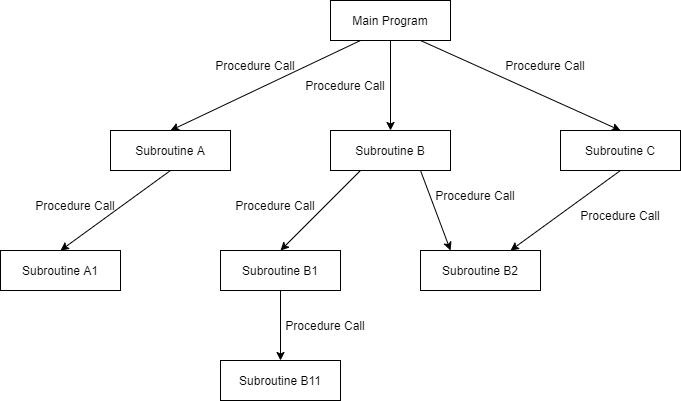
The draw.io diagram Architectural styles/Language-based Systems/MainProgramAndSubroutines.png in smitbmx/Architecture-Diagrams, before a commit. Source tidied: cells renumbered, new cells last; positions are measured from the earlier drawing's top-left corner, leaving out a move shared by most shapes.
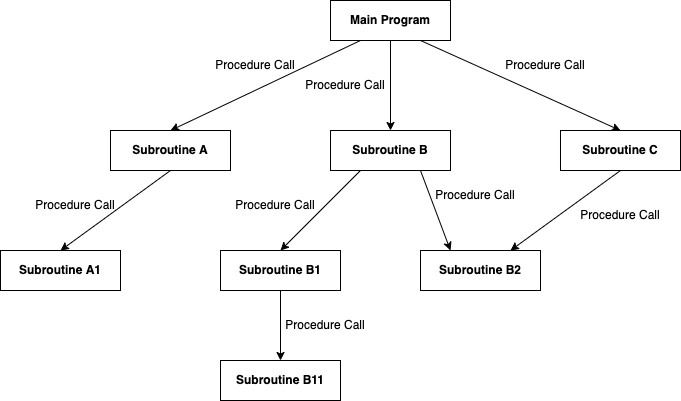
The same file after the commit.

What changed in the source:
```diff
@@ -2,28 +2,28 @@
   <root>
     <mxCell id="0" />
     <mxCell id="1" parent="0" />
-    <mxCell id="2" value="Main Program" style="rounded=0;whiteSpace=wrap;html=1;" parent="1" vertex="1">
+    <mxCell id="2" value="Main Program" style="rounded=0;whiteSpace=wrap;html=1;fontStyle=1;" parent="1" vertex="1">
       <mxGeometry x="330" width="120" height="40" as="geometry" />
     </mxCell>
-    <mxCell id="3" value="Subroutine B" style="rounded=0;whiteSpace=wrap;html=1;" parent="1" vertex="1">
+    <mxCell id="3" value="Subroutine B" style="rounded=0;whiteSpace=wrap;html=1;fontStyle=1;" parent="1" vertex="1">
       <mxGeometry x="330" y="130" width="120" height="40" as="geometry" />
     </mxCell>
-    <mxCell id="4" value="Subroutine A" style="rounded=0;whiteSpace=wrap;html=1;" parent="1" vertex="1">
+    <mxCell id="4" value="Subroutine A" style="rounded=0;whiteSpace=wrap;html=1;fontStyle=1;" parent="1" vertex="1">
       <mxGeometry x="110" y="130" width="120" height="40" as="geometry" />
     </mxCell>
-    <mxCell id="5" value="Subroutine C" style="rounded=0;whiteSpace=wrap;html=1;" parent="1" vertex="1">
+    <mxCell id="5" value="Subroutine C" style="rounded=0;whiteSpace=wrap;html=1;fontStyle=1;" parent="1" vertex="1">
       <mxGeometry x="560" y="130" width="120" height="40" as="geometry" />
     </mxCell>
-    <mxCell id="6" value="Subroutine A1" style="rounded=0;whiteSpace=wrap;html=1;" parent="1" vertex="1">
+    <mxCell id="6" value="Subroutine A1" style="rounded=0;whiteSpace=wrap;html=1;fontStyle=1;" parent="1" vertex="1">
       <mxGeometry y="250" width="120" height="40" as="geometry" />
     </mxCell>
-    <mxCell id="7" value="Subroutine B1" style="rounded=0;whiteSpace=wrap;html=1;" parent="1" vertex="1">
+    <mxCell id="7" value="Subroutine B1" style="rounded=0;whiteSpace=wrap;html=1;fontStyle=1;" parent="1" vertex="1">
       <mxGeometry x="220" y="250" width="120" height="40" as="geometry" />
     </mxCell>
-    <mxCell id="8" value="Subroutine B11" style="rounded=0;whiteSpace=wrap;html=1;" parent="1" vertex="1">
+    <mxCell id="8" value="Subroutine B11" style="rounded=0;whiteSpace=wrap;html=1;fontStyle=1;" parent="1" vertex="1">
       <mxGeometry x="220" y="360" width="120" height="40" as="geometry" />
     </mxCell>
-    <mxCell id="9" value="Subroutine B2" style="rounded=0;whiteSpace=wrap;html=1;" parent="1" vertex="1">
+    <mxCell id="9" value="Subroutine B2" style="rounded=0;whiteSpace=wrap;html=1;fontStyle=1;" parent="1" vertex="1">
       <mxGeometry x="420" y="250" width="120" height="40" as="geometry" />
     </mxCell>
     <mxCell id="10" style="endArrow=classic;html=1;rounded=0;exitX=0.5;exitY=1;exitDx=0;exitDy=0;entryX=0.5;entryY=0;entryDx=0;entryDy=0;" parent="1" edge="1" source="2" target="3">
```
